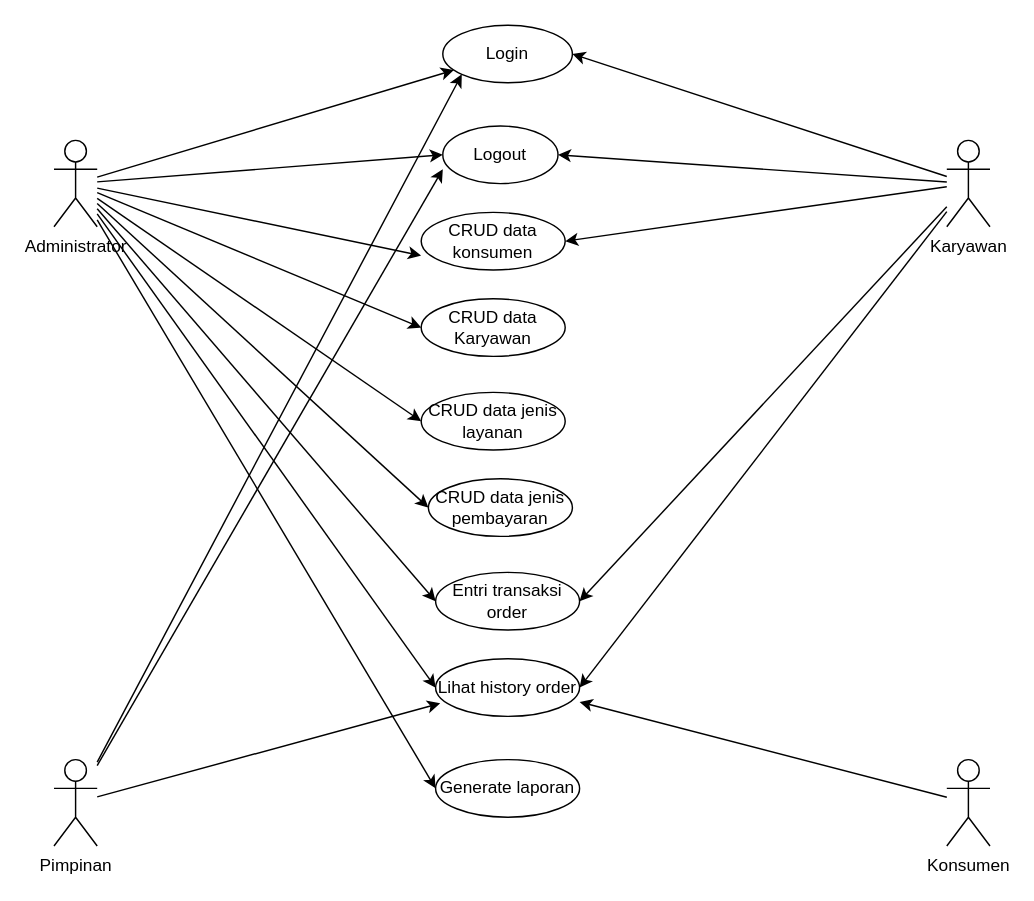
Above: usecase.drawio in Sehazad/doc (draw.io), before the change. Source tidied: cells renumbered, new cells numbered last; positions are measured from the earlier drawing's top-left corner, leaving out a move shared by most shapes. Both pictures are drawn from the tidied source at 144%, with x=0, y=0 at pixel (53, 24).
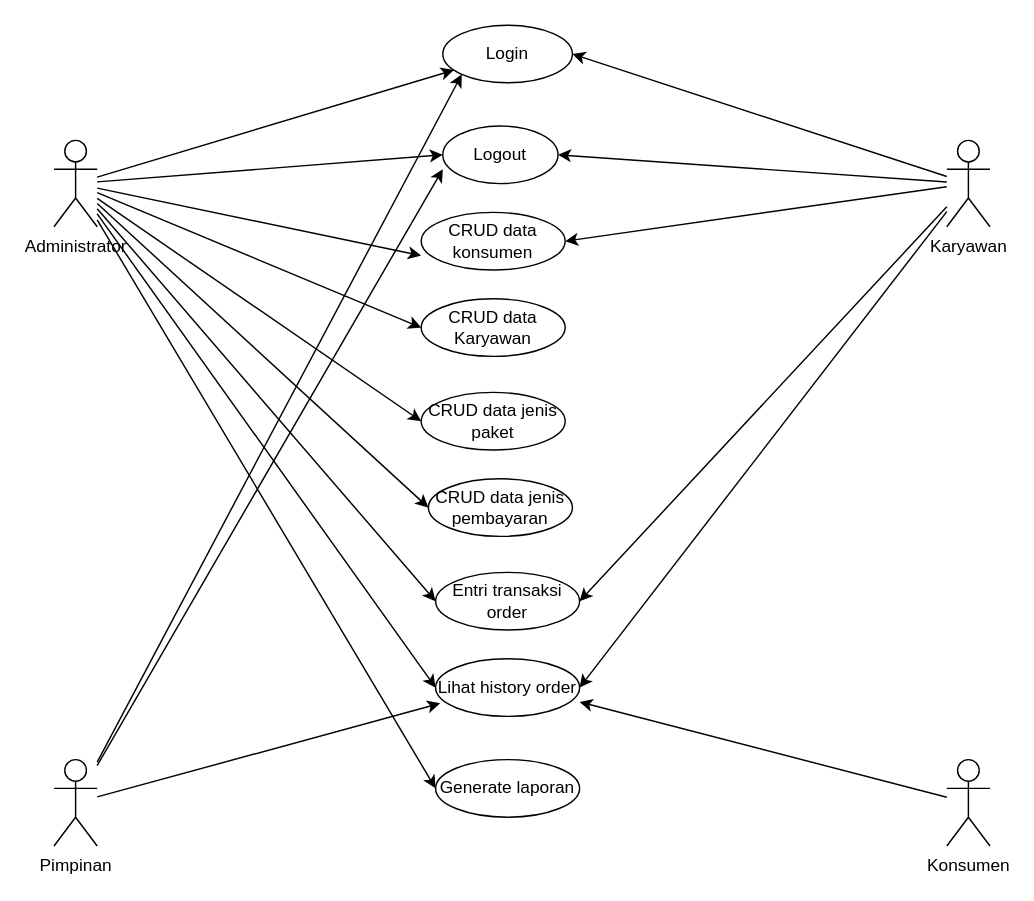
The same diagram, later.

Diff of the diagram source:
```diff
@@
-    <mxCell id="27" value="CRUD data jenis layanan" style="ellipse;whiteSpace=wrap;html=1;" parent="1" vertex="1">
+    <mxCell id="27" value="CRUD data jenis paket" style="ellipse;whiteSpace=wrap;html=1;" parent="1" vertex="1">
       <mxGeometry x="255" y="255" width="100" height="40" as="geometry" />
     </mxCell>
```
